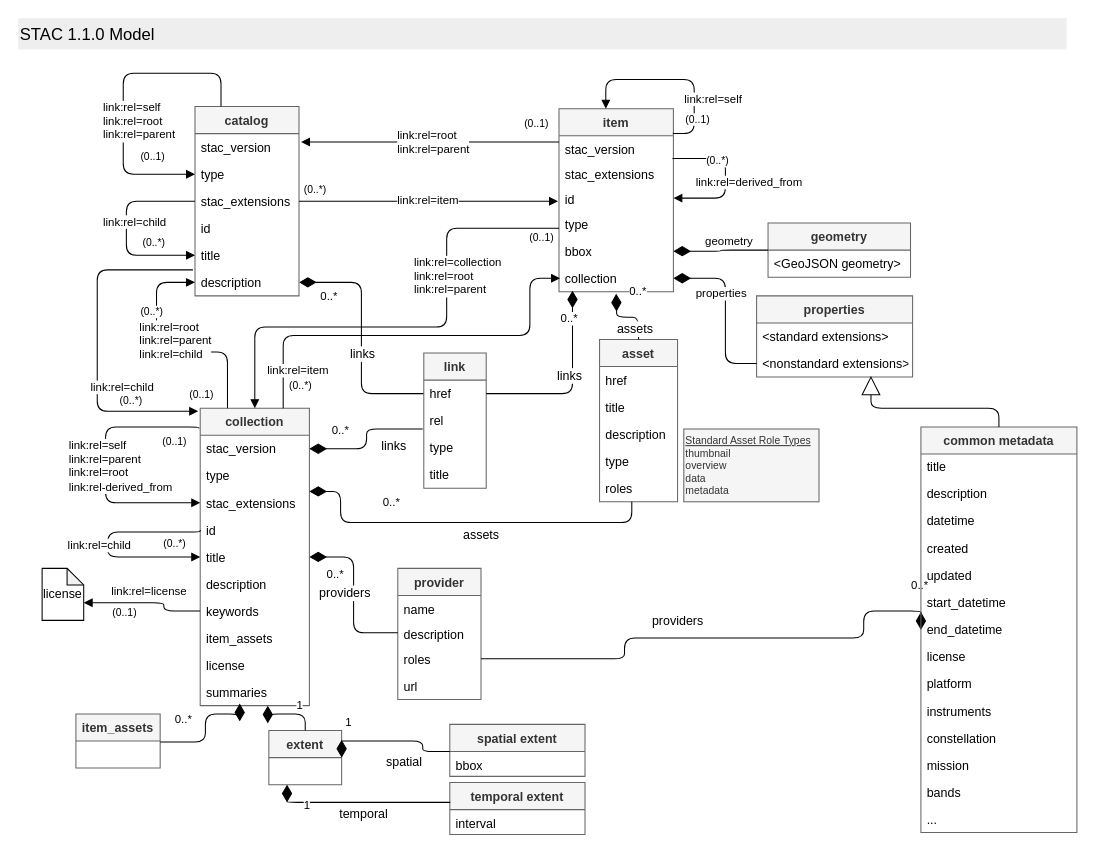
Earlier version of the draw.io diagram STAC-UML.drawio (radiantearth/stac-spec). Source tidied: cells renumbered, new cells numbered last; positions are measured from the earlier drawing's top-left corner, leaving out a move shared by most shapes. Both pictures are drawn from the tidied source at 104%, with x=0, y=0 at pixel (18, 18).
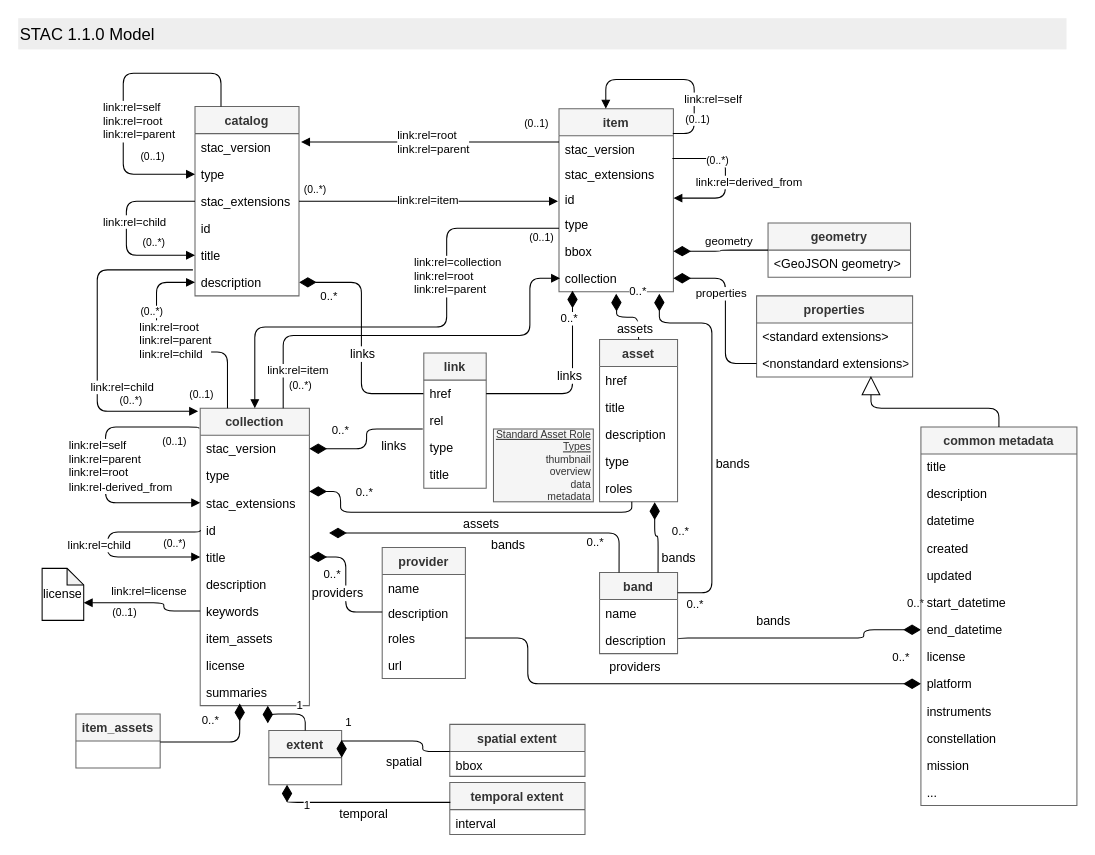
The same page after the edit.

Commit message (it also covers changes not shown here):
bands as entity

The change refers to these unchanged cells:
```xml
<mxCell id="23" value="collection" style="text;strokeColor=none;fillColor=none;align=left;verticalAlign=top;spacingLeft=4;spacingRight=4;overflow=hidden;points=[[0,0.5],[1,0.5]];portConstraint=eastwest;" parent="15" vertex="1">
  <mxGeometry y="150" width="110" height="26" as="geometry" />
</mxCell>
<mxCell id="60" value="roles" style="text;strokeColor=none;fillColor=none;align=left;verticalAlign=top;spacingLeft=4;spacingRight=4;overflow=hidden;points=[[0,0.5],[1,0.5]];portConstraint=eastwest;" parent="55" vertex="1">
  <mxGeometry y="130" width="75" height="26" as="geometry" />
</mxCell>
<mxCell id="75" value="roles" style="text;strokeColor=none;fillColor=none;align=left;verticalAlign=top;spacingLeft=4;spacingRight=4;overflow=hidden;points=[[0,0.5],[1,0.5]];portConstraint=eastwest;" parent="72" vertex="1">
  <mxGeometry y="74" width="80" height="26" as="geometry" />
</mxCell>
<mxCell id="77" value="0..*" style="endArrow=none;html=1;endSize=12;startArrow=diamondThin;startSize=14;startFill=1;edgeStyle=orthogonalEdgeStyle;align=left;verticalAlign=bottom;endFill=0;entryX=0;entryY=0.5;entryDx=0;entryDy=0;" parent="1" edge="1" source="26" target="74">
  <mxGeometry x="-0.81" y="-26" relative="1" as="geometry" />
</mxCell>
<mxCell id="88" value="end_datetime" style="text;strokeColor=none;fillColor=none;align=left;verticalAlign=top;spacingLeft=4;spacingRight=4;overflow=hidden;points=[[0,0.5],[1,0.5]];portConstraint=eastwest;spacing=2;" parent="81" vertex="1">
  <mxGeometry y="182" width="150" height="26" as="geometry" />
</mxCell>
<mxCell id="90" value="platform" style="text;strokeColor=none;fillColor=none;align=left;verticalAlign=top;spacingLeft=4;spacingRight=4;overflow=hidden;points=[[0,0.5],[1,0.5]];portConstraint=eastwest;" parent="81" vertex="1">
  <mxGeometry y="234" width="150" height="26" as="geometry" />
</mxCell>
```

Change to the diagram source:
```diff
@@
     <mxCell id="72" value="provider" style="swimlane;fontStyle=1;horizontal=1;startSize=26;fillColor=#f5f5f5;strokeColor=#666666;fontColor=#333333;" parent="1" vertex="1">
-      <mxGeometry x="365" y="529" width="80" height="126" as="geometry" />
+      <mxGeometry x="350" y="509" width="80" height="126" as="geometry" />
     </mxCell>
@@
     <mxCell id="78" value="providers" style="text;html=1;align=center;verticalAlign=middle;labelBackgroundColor=#ffffff;" parent="77" vertex="1">
       <mxGeometry x="0.05" y="-6" relative="1" as="geometry">
-        <mxPoint x="-3.5" y="-6" as="offset" />
+        <mxPoint x="-3" y="4" as="offset" />
       </mxGeometry>
     </mxCell>
-    <mxCell id="79" value="0..*" style="endArrow=none;html=1;endSize=12;startArrow=diamondThin;startSize=14;startFill=1;edgeStyle=orthogonalEdgeStyle;align=left;verticalAlign=bottom;endFill=0;exitX=0;exitY=0.5;exitDx=0;exitDy=0;entryX=1;entryY=0.5;entryDx=0;entryDy=0;" parent="1" edge="1" source="88" target="75">
+    <mxCell id="79" value="0..*" style="endArrow=none;html=1;endSize=12;startArrow=diamondThin;startSize=14;startFill=1;edgeStyle=orthogonalEdgeStyle;align=left;verticalAlign=bottom;endFill=0;exitX=0;exitY=0.5;exitDx=0;exitDy=0;entryX=1;entryY=0.5;entryDx=0;entryDy=0;" parent="1" edge="1" source="88" target="124">
       <mxGeometry x="-0.88" y="-16" relative="1" as="geometry">
         <Array as="points">
-          <mxPoint x="813" y="570" />
+          <mxPoint x="813" y="588" />
           <mxPoint x="813" y="596" />
-          <mxPoint x="583" y="596" />
-          <mxPoint x="583" y="616" />
+          <mxPoint x="634" y="596" />
         </Array>
       </mxGeometry>
     </mxCell>
-    <mxCell id="80" value="providers" style="text;html=1;align=center;verticalAlign=middle;labelBackgroundColor=#ffffff;" parent="79" vertex="1">
+    <mxCell id="80" value="bands" style="text;html=1;align=center;verticalAlign=middle;labelBackgroundColor=#ffffff;" parent="79" vertex="1">
       <mxGeometry x="0.05" y="-6" relative="1" as="geometry">
         <mxPoint x="-22.1" y="-11" as="offset" />
       </mxGeometry>
     </mxCell>
     <mxCell id="81" value="common metadata" style="swimlane;fontStyle=1;horizontal=1;startSize=26;fillColor=#f5f5f5;strokeColor=#666666;fontColor=#333333;spacing=2;" parent="1" vertex="1">
-      <mxGeometry x="868" y="393" width="150" height="390" as="geometry" />
+      <mxGeometry x="868" y="393" width="150" height="364" as="geometry" />
     </mxCell>
@@
-    <mxCell id="94" value="bands" style="text;strokeColor=none;fillColor=none;align=left;verticalAlign=top;spacingLeft=4;spacingRight=4;overflow=hidden;" parent="81" vertex="1">
-      <mxGeometry y="338" width="150" height="26" as="geometry" />
-    </mxCell>
     <mxCell id="95" value="..." style="text;strokeColor=none;fillColor=none;align=left;verticalAlign=top;spacingLeft=4;spacingRight=4;overflow=hidden;" parent="81" vertex="1">
-      <mxGeometry y="364" width="150" height="26" as="geometry" />
+      <mxGeometry y="338" width="150" height="26" as="geometry" />
     </mxCell>
@@
     <mxCell id="105" value="0..*" style="endArrow=none;html=1;endSize=12;startArrow=diamondThin;startSize=14;startFill=1;edgeStyle=orthogonalEdgeStyle;align=left;verticalAlign=bottom;endFill=0;" parent="1" edge="1">
-      <mxGeometry x="-0.45" y="10" relative="1" as="geometry">
+      <mxGeometry x="-0.63" y="10" relative="1" as="geometry">
         <mxPoint x="280" y="455" as="sourcePoint" />
         <mxPoint x="590" y="465" as="targetPoint" />
         <Array as="points">
-          <mxPoint x="280" y="455" />
           <mxPoint x="310" y="455" />
-          <mxPoint x="310" y="485" />
-          <mxPoint x="590" y="485" />
+          <mxPoint x="310" y="475" />
+          <mxPoint x="590" y="475" />
         </Array>
       </mxGeometry>
     </mxCell>
@@
-    <mxCell id="107" value="&lt;u&gt;Standard Asset Role Types&lt;/u&gt;&lt;br&gt;thumbnail&lt;br&gt;overview&lt;br&gt;data&lt;br&gt;&lt;div&gt;&lt;span&gt;metadata&lt;/span&gt;&lt;/div&gt;" style="rounded=0;whiteSpace=wrap;html=1;fillColor=#f5f5f5;strokeColor=#666666;fontSize=10;fontColor=#333333;align=left;" parent="1" vertex="1">
-      <mxGeometry x="640" y="395" width="130" height="70" as="geometry" />
+    <mxCell id="107" value="&lt;u&gt;Standard Asset Role Types&lt;/u&gt;&lt;br&gt;thumbnail&lt;br&gt;overview&lt;br&gt;data&lt;br&gt;&lt;div&gt;&lt;span&gt;metadata&lt;/span&gt;&lt;/div&gt;" style="rounded=0;whiteSpace=wrap;html=1;fillColor=#f5f5f5;strokeColor=#666666;fontSize=10;fontColor=#333333;align=right;" parent="1" vertex="1">
+      <mxGeometry x="457" y="395" width="96" height="70" as="geometry" />
     </mxCell>
@@
     <mxCell id="121" value="0..*" style="endArrow=none;html=1;endSize=12;startArrow=diamondThin;startSize=14;startFill=1;edgeStyle=orthogonalEdgeStyle;align=left;verticalAlign=bottom;endFill=0;entryX=1;entryY=0.5;entryDx=0;entryDy=0;exitX=0.362;exitY=0.885;exitDx=0;exitDy=0;exitPerimeter=0;" parent="1" edge="1">
-      <mxGeometry x="0.78" y="-13" relative="1" as="geometry">
+      <mxGeometry x="0.32" y="-12" relative="1" as="geometry">
         <mxPoint x="213" y="659" as="sourcePoint" />
         <mxPoint x="136.5" y="696" as="targetPoint" />
         <Array as="points">
-          <mxPoint x="213" y="669" />
-          <mxPoint x="180" y="669" />
-          <mxPoint x="180" y="696" />
+          <mxPoint x="213" y="696" />
         </Array>
       </mxGeometry>
     </mxCell>
+    <mxCell id="122" value="band" style="swimlane;fontStyle=1;horizontal=1;startSize=26;fillColor=#f5f5f5;strokeColor=#666666;fontColor=#333333;" parent="1" vertex="1">
+      <mxGeometry x="559" y="533" width="75" height="78" as="geometry" />
+    </mxCell>
+    <mxCell id="123" value="name" style="text;strokeColor=none;fillColor=none;align=left;verticalAlign=top;spacingLeft=4;spacingRight=4;overflow=hidden;" parent="122" vertex="1">
+      <mxGeometry y="26" width="75" height="26" as="geometry" />
+    </mxCell>
+    <mxCell id="124" value="description" style="text;strokeColor=none;fillColor=none;align=left;verticalAlign=top;spacingLeft=4;spacingRight=4;overflow=hidden;points=[[0,0.5],[1,0.5]];portConstraint=eastwest;" parent="122" vertex="1">
+      <mxGeometry y="52" width="75" height="26" as="geometry" />
+    </mxCell>
+    <mxCell id="125" value="0..*" style="endArrow=none;html=1;endSize=12;startArrow=diamondThin;startSize=14;startFill=1;edgeStyle=orthogonalEdgeStyle;align=left;verticalAlign=bottom;endFill=0;entryX=0.25;entryY=0;entryDx=0;entryDy=0;" parent="1" edge="1" target="122">
+      <mxGeometry x="0.55" y="-18" relative="1" as="geometry">
+        <mxPoint x="299" y="495" as="sourcePoint" />
+        <Array as="points">
+          <mxPoint x="578" y="495" />
+        </Array>
+      </mxGeometry>
+    </mxCell>
+    <mxCell id="126" value="bands" style="text;html=1;align=center;verticalAlign=middle;labelBackgroundColor=#ffffff;" parent="125" vertex="1">
+      <mxGeometry x="0.05" y="-6" relative="1" as="geometry">
+        <mxPoint x="5.8" y="5.2" as="offset" />
+      </mxGeometry>
+    </mxCell>
+    <mxCell id="127" value="0..*" style="endArrow=none;html=1;endSize=12;startArrow=diamondThin;startSize=14;startFill=1;edgeStyle=orthogonalEdgeStyle;align=left;verticalAlign=bottom;endFill=0;entryX=0.75;entryY=0;entryDx=0;entryDy=0;exitX=0.707;exitY=1.019;exitDx=0;exitDy=0;exitPerimeter=0;" parent="1" edge="1" source="60" target="122">
+      <mxGeometry x="0.14" y="12" relative="1" as="geometry">
+        <Array as="points">
+          <mxPoint x="612" y="498" />
+          <mxPoint x="615" y="498" />
+        </Array>
+      </mxGeometry>
+    </mxCell>
+    <mxCell id="128" value="bands" style="text;html=1;align=center;verticalAlign=middle;labelBackgroundColor=#ffffff;" parent="127" vertex="1">
+      <mxGeometry x="0.05" y="-6" relative="1" as="geometry">
+        <mxPoint x="25" y="19" as="offset" />
+      </mxGeometry>
+    </mxCell>
+    <mxCell id="129" value="0..*" style="endArrow=none;html=1;endSize=12;startArrow=diamondThin;startSize=14;startFill=1;edgeStyle=orthogonalEdgeStyle;align=left;verticalAlign=bottom;endFill=0;entryX=1;entryY=0.25;entryDx=0;entryDy=0;exitX=0.877;exitY=1.077;exitDx=0;exitDy=0;exitPerimeter=0;" parent="1" edge="1" source="23" target="122">
+      <mxGeometry x="0.96" y="20" relative="1" as="geometry">
+        <Array as="points">
+          <mxPoint x="617" y="293" />
+          <mxPoint x="667" y="293" />
+          <mxPoint x="667" y="553" />
+        </Array>
+      </mxGeometry>
+    </mxCell>
+    <mxCell id="130" value="bands" style="text;html=1;align=center;verticalAlign=middle;labelBackgroundColor=#ffffff;" parent="129" vertex="1">
+      <mxGeometry x="0.05" y="-6" relative="1" as="geometry">
+        <mxPoint x="25" y="19" as="offset" />
+      </mxGeometry>
+    </mxCell>
+    <mxCell id="131" value="0..*" style="endArrow=none;html=1;endSize=12;startArrow=diamondThin;startSize=14;startFill=1;edgeStyle=orthogonalEdgeStyle;align=left;verticalAlign=bottom;endFill=0;exitX=0;exitY=0.5;exitDx=0;exitDy=0;entryX=1;entryY=0.5;entryDx=0;entryDy=0;" parent="1" edge="1" source="90" target="75">
+      <mxGeometry x="-0.88" y="-16" relative="1" as="geometry">
+        <Array as="points">
+          <mxPoint x="490" y="640" />
+          <mxPoint x="490" y="596" />
+        </Array>
+      </mxGeometry>
+    </mxCell>
+    <mxCell id="132" value="providers" style="text;html=1;align=center;verticalAlign=middle;labelBackgroundColor=#ffffff;" parent="131" vertex="1">
+      <mxGeometry x="0.05" y="-6" relative="1" as="geometry">
+        <mxPoint x="-22.1" y="-11" as="offset" />
+      </mxGeometry>
+    </mxCell>
```
